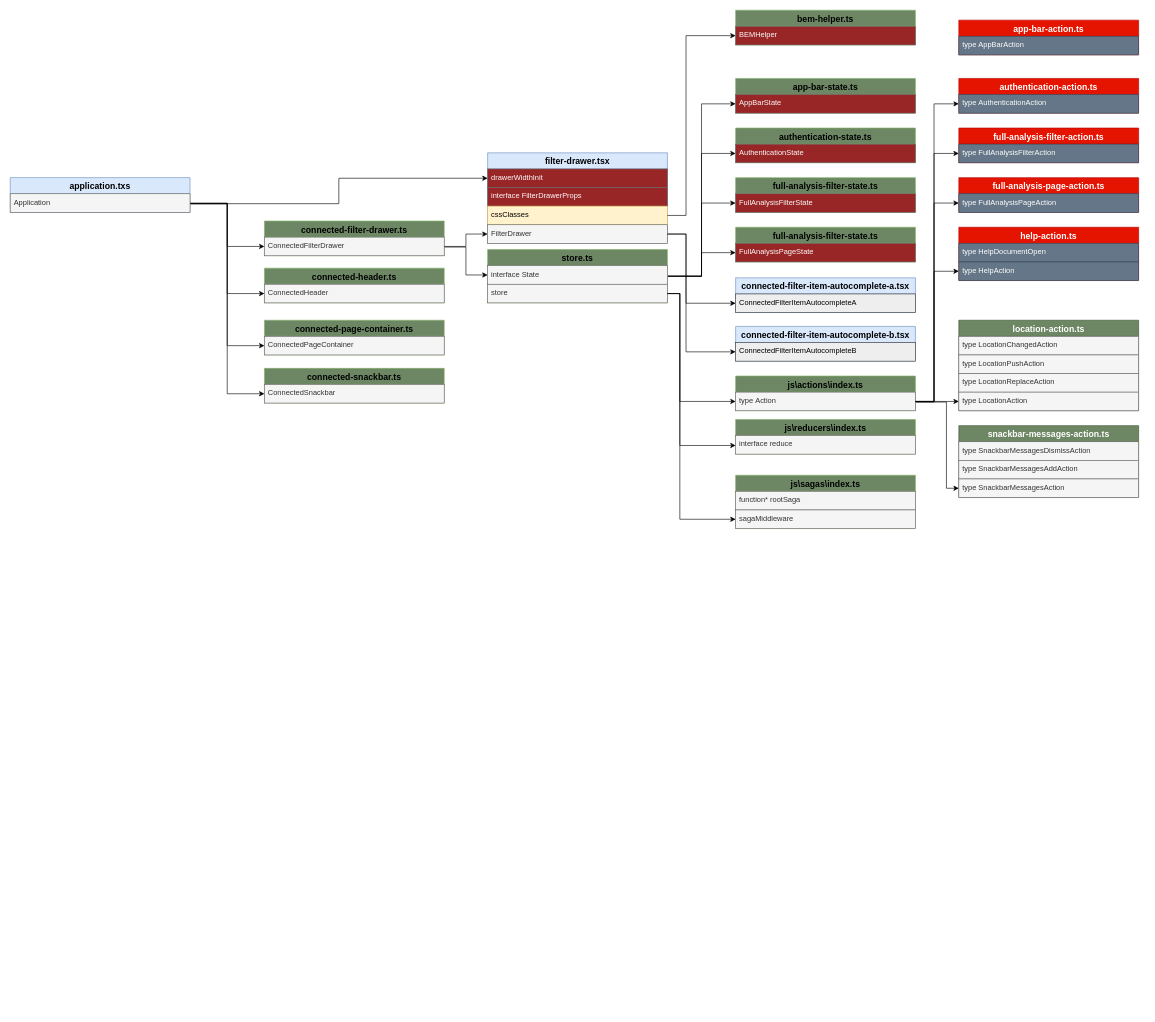
Above: Untitled Diagram.drawio in prangk/cat (draw.io), before the change. Source tidied: cells renumbered, new cells numbered last; positions are measured from the earlier drawing's top-left corner, leaving out a move shared by most shapes. Both pictures are drawn from the tidied source at 62%, with x=0, y=0 at pixel (10, 10).
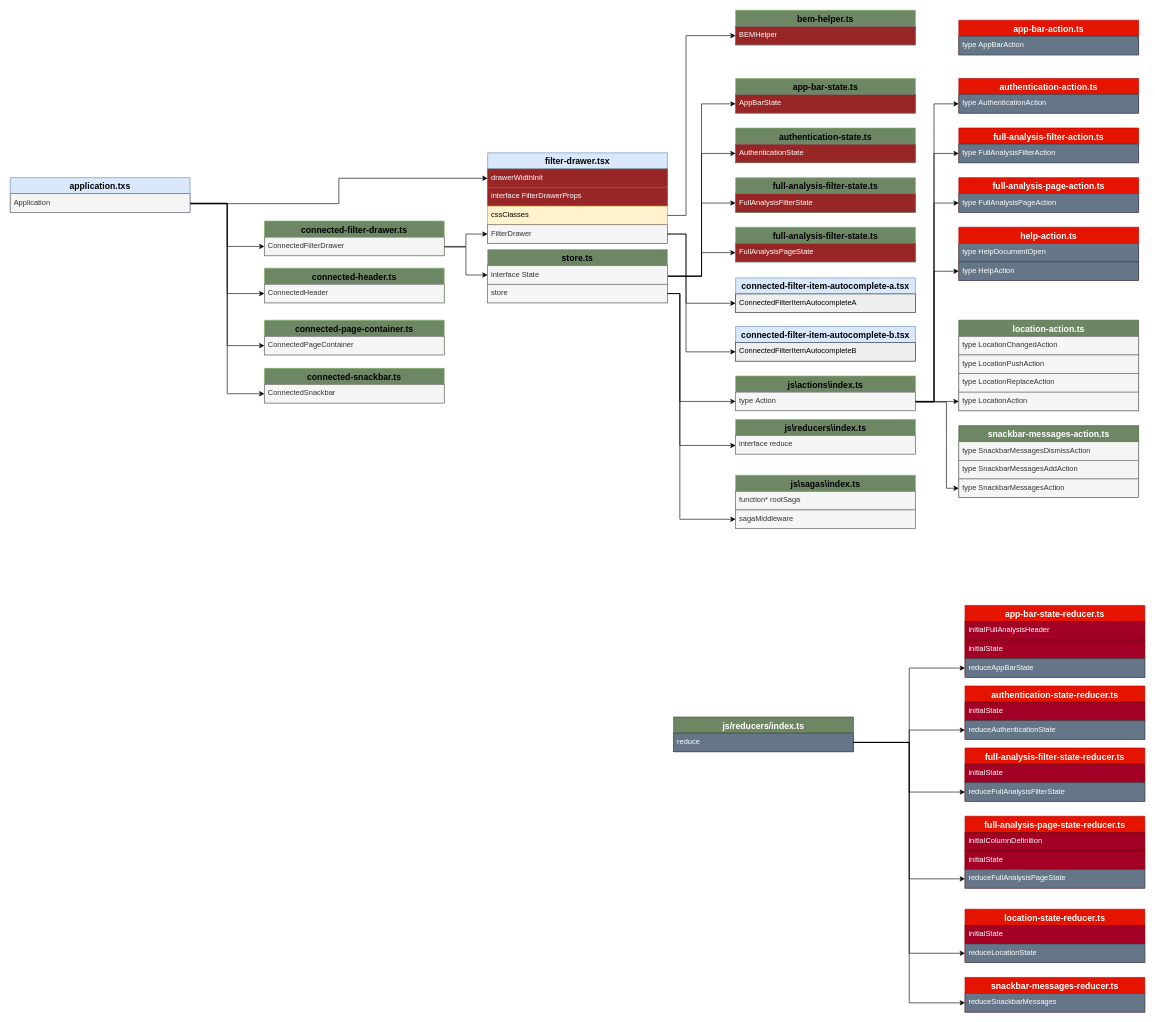
After the change.

The edit, as a diff of the source:
```diff
@@
+    <mxCell id="84" value="js/reducers/index.ts" style="swimlane;fontStyle=1;horizontal=1;startSize=26;align=center;fontSize=14;fillColor=#6d8764;strokeColor=#3A5431;fontColor=#ffffff;" parent="1" vertex="1">
+      <mxGeometry x="1070" y="1140" width="290" height="56" as="geometry" />
+    </mxCell>
+    <mxCell id="85" value="reduce" style="text;strokeColor=#314354;fillColor=#647687;spacingLeft=4;spacingRight=4;overflow=hidden;points=[[0,0.5],[1,0.5]];portConstraint=eastwest;fontSize=12;fontColor=#ffffff;" parent="84" vertex="1">
+      <mxGeometry y="26" width="290" height="30" as="geometry" />
+    </mxCell>
+    <mxCell id="86" value="app-bar-state-reducer.ts" style="swimlane;fontStyle=1;horizontal=1;startSize=26;align=center;fontSize=14;fillColor=#e51400;strokeColor=#B20000;fontColor=#ffffff;" parent="1" vertex="1">
+      <mxGeometry x="1540" y="960" width="290" height="116" as="geometry" />
+    </mxCell>
+    <mxCell id="87" value="initialFullAnalysisHeader" style="text;strokeColor=#6F0000;fillColor=#a20025;spacingLeft=4;spacingRight=4;overflow=hidden;fontSize=12;fontColor=#ffffff;" parent="86" vertex="1">
+      <mxGeometry y="26" width="290" height="30" as="geometry" />
+    </mxCell>
+    <mxCell id="88" value="initialState" style="text;strokeColor=#6F0000;fillColor=#a20025;spacingLeft=4;spacingRight=4;overflow=hidden;fontSize=12;fontColor=#ffffff;" parent="86" vertex="1">
+      <mxGeometry y="56" width="290" height="30" as="geometry" />
+    </mxCell>
+    <mxCell id="89" value="reduceAppBarState" style="text;strokeColor=#314354;fillColor=#647687;spacingLeft=4;spacingRight=4;overflow=hidden;points=[[0,0.5],[1,0.5]];portConstraint=eastwest;fontSize=12;fontColor=#ffffff;" parent="86" vertex="1">
+      <mxGeometry y="86" width="290" height="30" as="geometry" />
+    </mxCell>
+    <mxCell id="90" value="authentication-state-reducer.ts" style="swimlane;fontStyle=1;horizontal=1;startSize=26;align=center;fontSize=14;fillColor=#e51400;strokeColor=#B20000;fontColor=#ffffff;" parent="1" vertex="1">
+      <mxGeometry x="1540" y="1090" width="290" height="86" as="geometry" />
+    </mxCell>
+    <mxCell id="91" value="initialState" style="text;strokeColor=#6F0000;fillColor=#a20025;spacingLeft=4;spacingRight=4;overflow=hidden;fontSize=12;fontColor=#ffffff;" parent="90" vertex="1">
+      <mxGeometry y="26" width="290" height="30" as="geometry" />
+    </mxCell>
+    <mxCell id="92" value="reduceAuthenticationState" style="text;strokeColor=#314354;fillColor=#647687;spacingLeft=4;spacingRight=4;overflow=hidden;points=[[0,0.5],[1,0.5]];portConstraint=eastwest;fontSize=12;fontColor=#ffffff;" parent="90" vertex="1">
+      <mxGeometry y="56" width="290" height="30" as="geometry" />
+    </mxCell>
+    <mxCell id="93" value="full-analysis-filter-state-reducer.ts" style="swimlane;fontStyle=1;horizontal=1;startSize=26;align=center;fontSize=14;fillColor=#e51400;strokeColor=#B20000;fontColor=#ffffff;" parent="1" vertex="1">
+      <mxGeometry x="1540" y="1190" width="290" height="86" as="geometry" />
+    </mxCell>
+    <mxCell id="94" value="initialState" style="text;strokeColor=#6F0000;fillColor=#a20025;spacingLeft=4;spacingRight=4;overflow=hidden;fontSize=12;fontColor=#ffffff;" parent="93" vertex="1">
+      <mxGeometry y="26" width="290" height="30" as="geometry" />
+    </mxCell>
+    <mxCell id="95" value="reduceFullAnalysisFilterState" style="text;strokeColor=#314354;fillColor=#647687;spacingLeft=4;spacingRight=4;overflow=hidden;points=[[0,0.5],[1,0.5]];portConstraint=eastwest;fontSize=12;fontColor=#ffffff;" parent="93" vertex="1">
+      <mxGeometry y="56" width="290" height="30" as="geometry" />
+    </mxCell>
+    <mxCell id="96" value="full-analysis-page-state-reducer.ts" style="swimlane;fontStyle=1;horizontal=1;startSize=26;align=center;fontSize=14;fillColor=#e51400;strokeColor=#B20000;fontColor=#ffffff;" parent="1" vertex="1">
+      <mxGeometry x="1540" y="1300" width="290" height="116" as="geometry" />
+    </mxCell>
+    <mxCell id="97" value="initialColumnDefinition" style="text;strokeColor=#6F0000;fillColor=#a20025;spacingLeft=4;spacingRight=4;overflow=hidden;fontSize=12;fontColor=#ffffff;" parent="96" vertex="1">
+      <mxGeometry y="26" width="290" height="30" as="geometry" />
+    </mxCell>
+    <mxCell id="98" value="initialState" style="text;strokeColor=#6F0000;fillColor=#a20025;spacingLeft=4;spacingRight=4;overflow=hidden;fontSize=12;fontColor=#ffffff;" parent="96" vertex="1">
+      <mxGeometry y="56" width="290" height="30" as="geometry" />
+    </mxCell>
+    <mxCell id="99" value="reduceFullAnalysisPageState" style="text;strokeColor=#314354;fillColor=#647687;spacingLeft=4;spacingRight=4;overflow=hidden;points=[[0,0.5],[1,0.5]];portConstraint=eastwest;fontSize=12;fontColor=#ffffff;" parent="96" vertex="1">
+      <mxGeometry y="86" width="290" height="30" as="geometry" />
+    </mxCell>
+    <mxCell id="100" value="location-state-reducer.ts" style="swimlane;fontStyle=1;horizontal=1;startSize=26;align=center;fontSize=14;fillColor=#e51400;strokeColor=#B20000;fontColor=#ffffff;" parent="1" vertex="1">
+      <mxGeometry x="1540" y="1450" width="290" height="86" as="geometry" />
+    </mxCell>
+    <mxCell id="101" value="initialState" style="text;strokeColor=#6F0000;fillColor=#a20025;spacingLeft=4;spacingRight=4;overflow=hidden;fontSize=12;fontColor=#ffffff;" parent="100" vertex="1">
+      <mxGeometry y="26" width="290" height="30" as="geometry" />
+    </mxCell>
+    <mxCell id="102" value="reduceLocationState" style="text;strokeColor=#314354;fillColor=#647687;spacingLeft=4;spacingRight=4;overflow=hidden;points=[[0,0.5],[1,0.5]];portConstraint=eastwest;fontSize=12;fontColor=#ffffff;" parent="100" vertex="1">
+      <mxGeometry y="56" width="290" height="30" as="geometry" />
+    </mxCell>
+    <mxCell id="103" value="snackbar-messages-reducer.ts" style="swimlane;fontStyle=1;horizontal=1;startSize=26;align=center;fontSize=14;fillColor=#e51400;strokeColor=#B20000;fontColor=#ffffff;" parent="1" vertex="1">
+      <mxGeometry x="1540" y="1560" width="290" height="56" as="geometry" />
+    </mxCell>
+    <mxCell id="104" value="reduceSnackbarMessages" style="text;strokeColor=#314354;fillColor=#647687;spacingLeft=4;spacingRight=4;overflow=hidden;points=[[0,0.5],[1,0.5]];portConstraint=eastwest;fontSize=12;fontColor=#ffffff;" parent="103" vertex="1">
+      <mxGeometry y="26" width="290" height="30" as="geometry" />
+    </mxCell>
+    <mxCell id="105" style="edgeStyle=orthogonalEdgeStyle;rounded=0;jettySize=auto;html=1;entryX=0;entryY=0.5;entryDx=0;entryDy=0;" parent="1" edge="1" source="85" target="104">
+      <mxGeometry relative="1" as="geometry" />
+    </mxCell>
+    <mxCell id="106" style="edgeStyle=orthogonalEdgeStyle;rounded=0;jettySize=auto;html=1;" parent="1" edge="1" source="85" target="102">
+      <mxGeometry relative="1" as="geometry" />
+    </mxCell>
+    <mxCell id="107" style="edgeStyle=orthogonalEdgeStyle;rounded=0;jettySize=auto;html=1;entryX=0;entryY=0.5;entryDx=0;entryDy=0;" parent="1" edge="1" source="85" target="99">
+      <mxGeometry relative="1" as="geometry" />
+    </mxCell>
+    <mxCell id="108" style="edgeStyle=orthogonalEdgeStyle;rounded=0;jettySize=auto;html=1;entryX=0;entryY=0.5;entryDx=0;entryDy=0;" parent="1" edge="1" source="85" target="95">
+      <mxGeometry relative="1" as="geometry" />
+    </mxCell>
+    <mxCell id="109" style="edgeStyle=orthogonalEdgeStyle;rounded=0;jettySize=auto;html=1;" parent="1" edge="1" source="85" target="92">
+      <mxGeometry relative="1" as="geometry" />
+    </mxCell>
+    <mxCell id="110" style="edgeStyle=orthogonalEdgeStyle;rounded=0;jettySize=auto;html=1;entryX=0;entryY=0.5;entryDx=0;entryDy=0;" parent="1" edge="1" source="85" target="89">
+      <mxGeometry relative="1" as="geometry" />
+    </mxCell>
```
